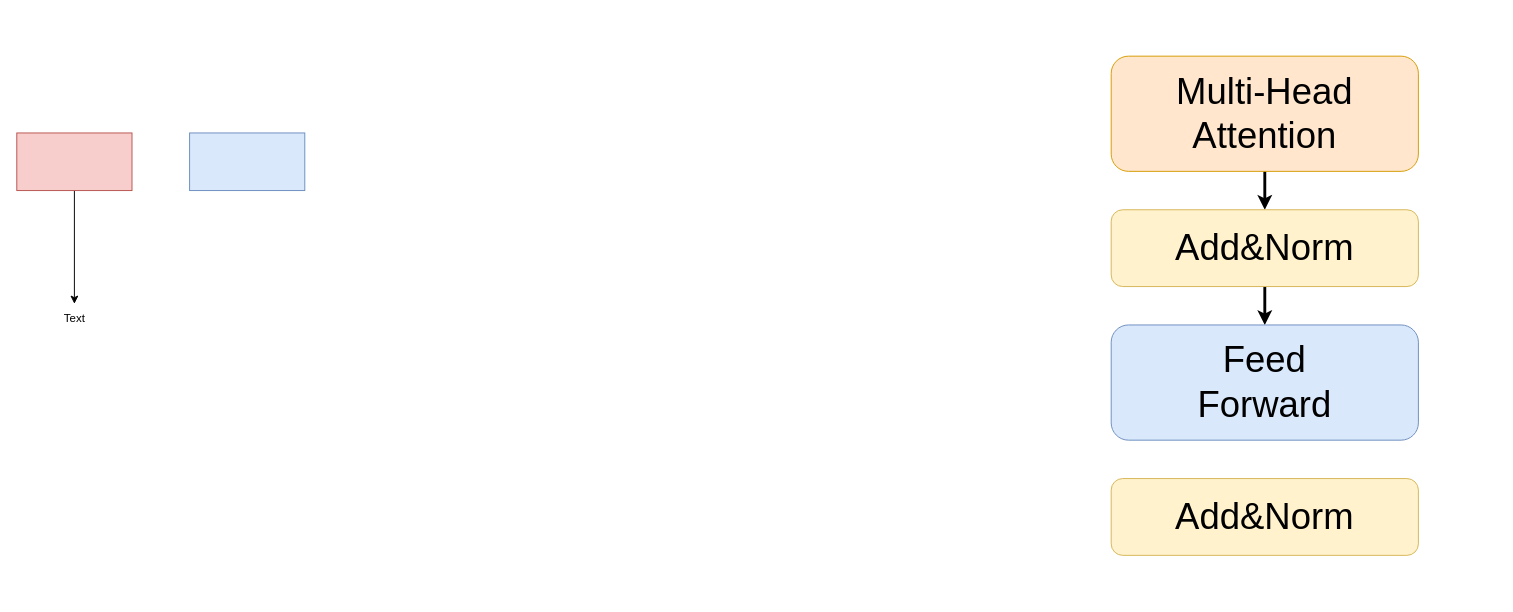
Earlier version of the draw.io diagram plot.drawio (paprika0741/Plot). Source tidied: cells renumbered, new cells numbered last; positions are measured from the earlier drawing's top-left corner, leaving out a move shared by most shapes. Both pictures are drawn from the tidied source at 96%, with x=0, y=0 at pixel (16, 56).
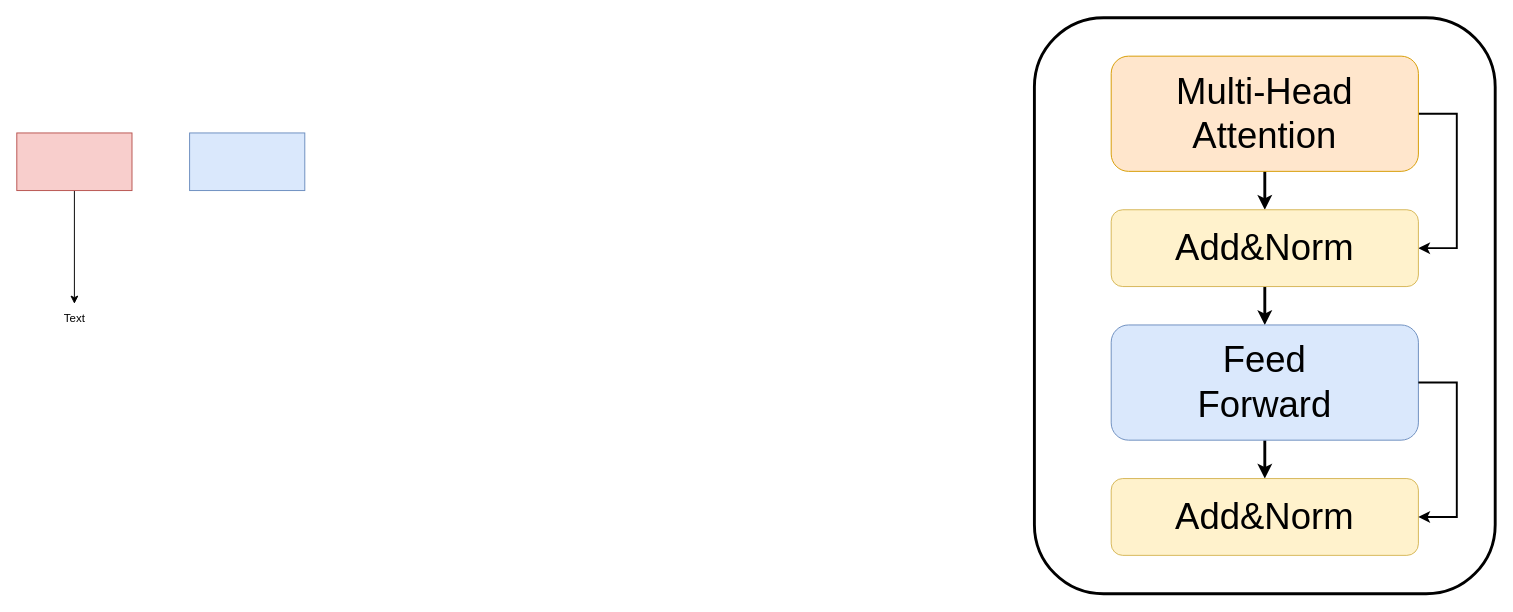
The same diagram, later.

What changed in the source:
```diff
@@
 <mxGraphModel>
   <root>
     <mxCell id="0" />
     <mxCell id="1" parent="0" />
     <mxCell id="2" style="edgeStyle=orthogonalEdgeStyle;rounded=0;jettySize=auto;html=1;" parent="1" edge="1" source="3" target="4">
       <mxGeometry relative="1" as="geometry" />
     </mxCell>
     <mxCell id="3" style="rounded=0;whiteSpace=wrap;html=1;fillColor=#f8cecc;strokeColor=#b85450;" parent="1" vertex="1">
       <mxGeometry y="80" width="120" height="60" as="geometry" />
     </mxCell>
     <mxCell id="4" value="Text" style="text;html=1;align=center;verticalAlign=middle;points=[];strokeColor=none;fillColor=none;" parent="1" vertex="1">
       <mxGeometry x="35" y="258" width="50" height="30" as="geometry" />
     </mxCell>
     <mxCell id="5" style="rounded=0;whiteSpace=wrap;html=1;fillColor=#dae8fc;strokeColor=#6c8ebf;" parent="1" vertex="1">
       <mxGeometry x="180" y="80" width="120" height="60" as="geometry" />
     </mxCell>
     <mxCell id="6" style="edgeStyle=orthogonalEdgeStyle;rounded=0;jettySize=auto;html=1;strokeWidth=3;" parent="1" edge="1" source="7" target="9">
       <mxGeometry relative="1" as="geometry" />
     </mxCell>
+    <mxCell id="12" style="edgeStyle=orthogonalEdgeStyle;rounded=0;jettySize=auto;html=1;exitX=1;exitY=0.5;exitDx=0;exitDy=0;entryX=1;entryY=0.5;entryDx=0;entryDy=0;strokeWidth=2;" parent="1" edge="1" source="7" target="9">
+      <mxGeometry relative="1" as="geometry">
+        <Array as="points">
+          <mxPoint x="1500" y="60" />
+          <mxPoint x="1500" y="200" />
+        </Array>
+      </mxGeometry>
+    </mxCell>
     <mxCell id="7" value="&lt;div&gt;&lt;font style=&quot;font-size: 38px;&quot;&gt;&lt;br&gt;&lt;/font&gt;&lt;/div&gt;&lt;font style=&quot;font-size: 38px;&quot;&gt;Multi-Head&lt;/font&gt;&lt;div&gt;&lt;span style=&quot;font-size: 38px;&quot;&gt;Attention&lt;br&gt;&lt;/span&gt;&lt;div&gt;&lt;font style=&quot;font-size: 38px;&quot;&gt;&lt;br&gt;&lt;/font&gt;&lt;/div&gt;&lt;/div&gt;" style="rounded=1;whiteSpace=wrap;html=1;fillColor=#ffe6cc;strokeColor=#d79b00;" parent="1" vertex="1">
       <mxGeometry x="1140" width="320" height="120" as="geometry" />
     </mxCell>
     <mxCell id="8" style="edgeStyle=orthogonalEdgeStyle;rounded=0;jettySize=auto;html=1;exitX=0.5;exitY=1;exitDx=0;exitDy=0;entryX=0.5;entryY=0;entryDx=0;entryDy=0;strokeWidth=3;" parent="1" edge="1" source="9" target="10">
       <mxGeometry relative="1" as="geometry" />
     </mxCell>
     <mxCell id="9" value="&lt;font style=&quot;font-size: 38px;&quot;&gt;Add&amp;amp;Norm&lt;/font&gt;" style="rounded=1;whiteSpace=wrap;html=1;fillColor=#fff2cc;strokeColor=#d6b656;" parent="1" vertex="1">
       <mxGeometry x="1140" y="160" width="320" height="80" as="geometry" />
     </mxCell>
+    <mxCell id="13" style="edgeStyle=orthogonalEdgeStyle;rounded=0;jettySize=auto;html=1;exitX=0.5;exitY=1;exitDx=0;exitDy=0;entryX=0.5;entryY=0;entryDx=0;entryDy=0;strokeWidth=3;" parent="1" edge="1" source="10" target="11">
+      <mxGeometry relative="1" as="geometry" />
+    </mxCell>
     <mxCell id="10" value="&lt;div&gt;&lt;font style=&quot;font-size: 38px;&quot;&gt;&lt;br&gt;&lt;/font&gt;&lt;/div&gt;&lt;font style=&quot;font-size: 38px;&quot;&gt;Feed&lt;/font&gt;&lt;div&gt;&lt;span style=&quot;font-size: 38px;&quot;&gt;Forward&lt;br&gt;&lt;/span&gt;&lt;div&gt;&lt;font style=&quot;font-size: 38px;&quot;&gt;&lt;br&gt;&lt;/font&gt;&lt;/div&gt;&lt;/div&gt;" style="rounded=1;whiteSpace=wrap;html=1;fillColor=#dae8fc;strokeColor=#6c8ebf;" parent="1" vertex="1">
       <mxGeometry x="1140" y="280" width="320" height="120" as="geometry" />
     </mxCell>
     <mxCell id="11" value="&lt;font style=&quot;font-size: 38px;&quot;&gt;Add&amp;amp;Norm&lt;/font&gt;" style="rounded=1;whiteSpace=wrap;html=1;fillColor=#fff2cc;strokeColor=#d6b656;" parent="1" vertex="1">
       <mxGeometry x="1140" y="440" width="320" height="80" as="geometry" />
     </mxCell>
+    <mxCell id="14" style="edgeStyle=orthogonalEdgeStyle;rounded=0;orthogonalLoop=1;jettySize=auto;html=1;exitX=1;exitY=0.5;exitDx=0;exitDy=0;entryX=1;entryY=0.5;entryDx=0;entryDy=0;strokeWidth=2;" parent="1" edge="1">
+      <mxGeometry relative="1" as="geometry">
+        <mxPoint x="1460" y="340" as="sourcePoint" />
+        <mxPoint x="1460" y="480" as="targetPoint" />
+        <Array as="points">
+          <mxPoint x="1500" y="340" />
+          <mxPoint x="1500" y="480" />
+        </Array>
+      </mxGeometry>
+    </mxCell>
+    <mxCell id="15" style="rounded=1;whiteSpace=wrap;html=1;fillColor=none;strokeWidth=3;" parent="1" vertex="1">
+      <mxGeometry x="1060" y="-40" width="480" height="600" as="geometry" />
+    </mxCell>
   </root>
 </mxGraphModel>
```
